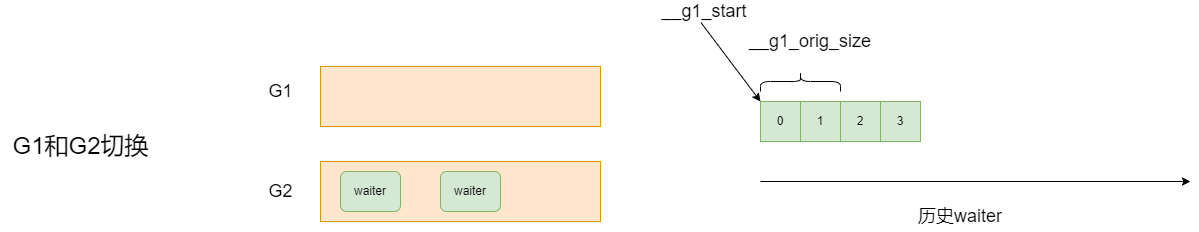
Above: blog/Linux/application-dev/cond-var/demo5.png in zgjsxx/static-img-repo (draw.io), before the change. Source tidied: cells renumbered, new cells last; positions are measured from the earlier drawing's top-left corner, leaving out a move shared by most shapes.
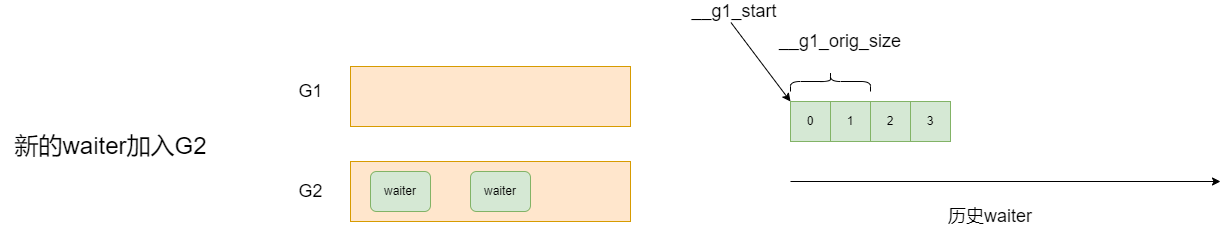
After the commit.

The edit, as a diff of the source:
```diff
@@ -14,8 +14,8 @@
     <mxCell id="5" value="&lt;font style=&quot;font-size: 18px&quot;&gt;G2&lt;/font&gt;" style="text;html=1;align=center;verticalAlign=middle;fillColor=none;strokeColor=none;rounded=0;shadow=0;" parent="1" vertex="1">
       <mxGeometry x="260" y="180" width="40" height="20" as="geometry" />
     </mxCell>
-    <mxCell id="6" value="&lt;font style=&quot;font-size: 24px&quot;&gt;G1和G2切换&lt;/font&gt;" style="text;html=1;align=center;verticalAlign=middle;fillColor=none;strokeColor=none;rounded=0;shadow=0;fontSize=18;" parent="1" vertex="1">
-      <mxGeometry y="125" width="160" height="40" as="geometry" />
+    <mxCell id="6" value="&lt;font style=&quot;font-size: 24px&quot;&gt;新的waiter加入G2&lt;/font&gt;" style="text;html=1;align=center;verticalAlign=middle;fillColor=none;strokeColor=none;rounded=0;shadow=0;fontSize=18;" parent="1" vertex="1">
+      <mxGeometry x="-30" y="125" width="220" height="40" as="geometry" />
     </mxCell>
     <mxCell id="7" value="0" style="rounded=0;whiteSpace=wrap;html=1;fillColor=#d5e8d4;strokeColor=#82b366;" parent="1" vertex="1">
       <mxGeometry x="760" y="100" width="40" height="40" as="geometry" />
```
